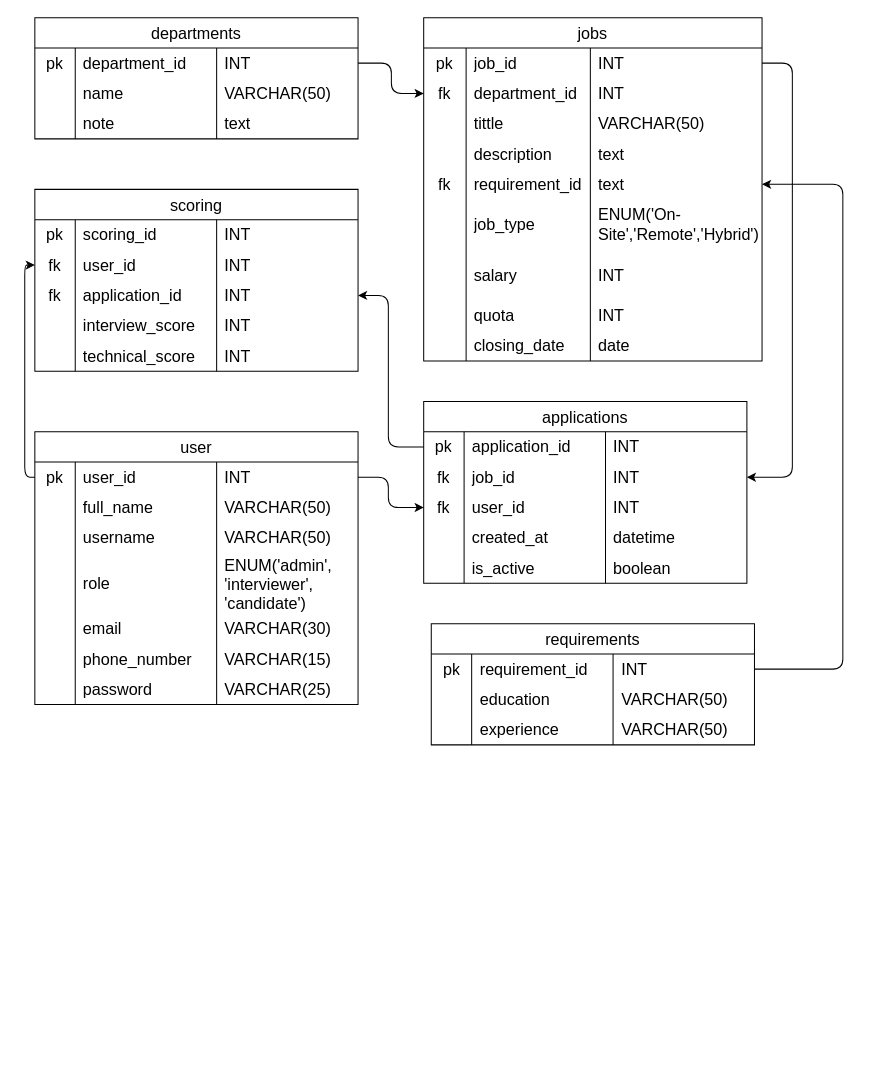
Earlier version of the draw.io diagram ERD.drawio (xcyltra/Group-3_Final-Exam_AP). Source tidied: cells renumbered, new cells numbered last; positions are measured from the earlier drawing's top-left corner, leaving out a move shared by most shapes. Both pictures are drawn from the tidied source at 101%, with x=0, y=0 at pixel (34, 17).
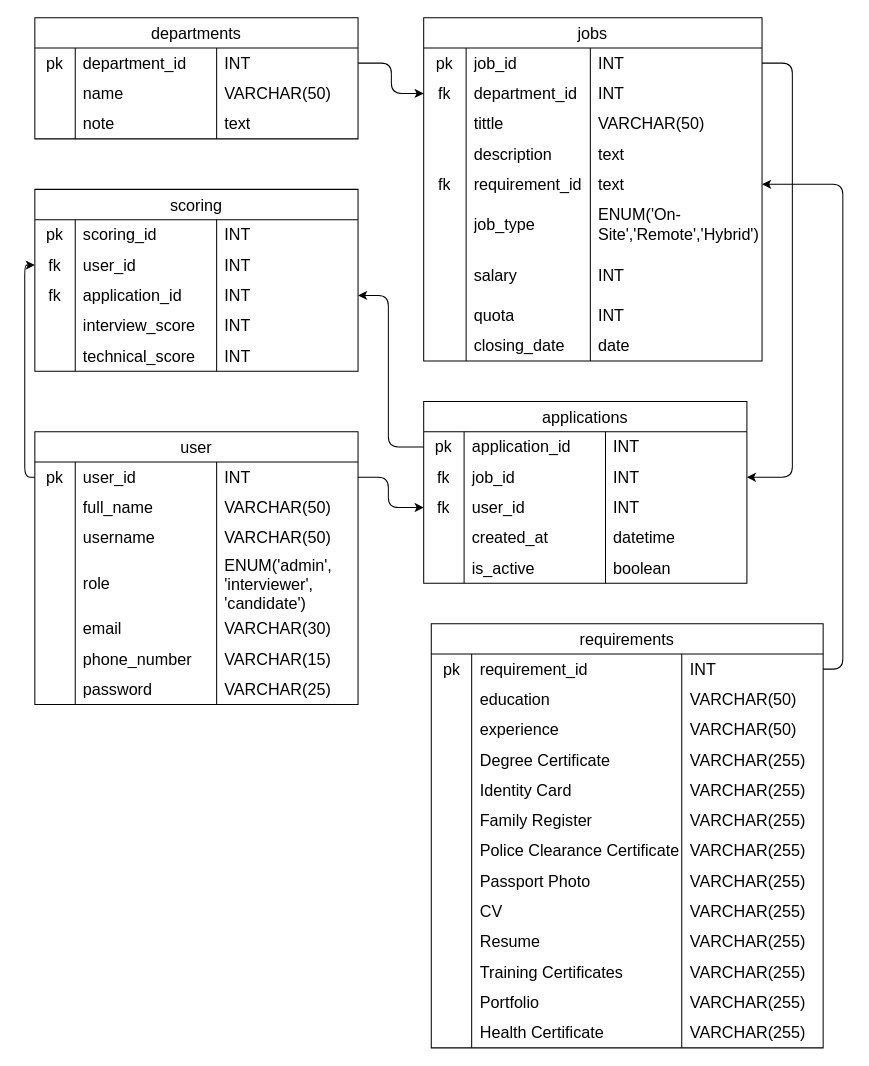
The same diagram, later.

The edit, as a diff of the source:
```diff
@@
     <mxCell id="128" value="requirements" style="shape=table;startSize=30;childLayout=tableLayout;rowLines=0;fontStyle=0;strokeColor=default;fontSize=16;" parent="1" vertex="1">
-      <mxGeometry x="392.5" y="600" width="320" height="120" as="geometry" />
+      <mxGeometry x="392.5" y="600" width="388" height="420" as="geometry" />
     </mxCell>
     <mxCell id="129" style="shape=tableRow;horizontal=0;startSize=0;swimlaneHead=0;swimlaneBody=0;top=0;left=0;bottom=0;right=0;fillColor=none;points=[[0,0.5],[1,0.5]];portConstraint=eastwest;strokeColor=inherit;fontSize=16;" parent="128" vertex="1">
-      <mxGeometry y="30" width="320" height="30" as="geometry" />
+      <mxGeometry y="30" width="388" height="30" as="geometry" />
     </mxCell>
@@
     <mxCell id="131" value="&lt;span style=&quot;color: rgb(0, 0, 0);&quot;&gt;requirement_id&lt;/span&gt;" style="shape=partialRectangle;html=1;whiteSpace=wrap;fillColor=none;top=0;left=0;bottom=0;right=0;align=left;spacingLeft=6;overflow=hidden;strokeColor=inherit;fontSize=16;" parent="129" vertex="1">
-      <mxGeometry x="40" width="140" height="30" as="geometry" />
+      <mxGeometry x="40" width="208" height="30" as="geometry" />
     </mxCell>
     <mxCell id="132" value="INT" style="shape=partialRectangle;html=1;whiteSpace=wrap;fillColor=none;top=0;left=0;bottom=0;right=0;align=left;spacingLeft=6;overflow=hidden;strokeColor=inherit;fontSize=16;" parent="129" vertex="1">
-      <mxGeometry x="180" width="140" height="30" as="geometry" />
+      <mxGeometry x="248" width="140" height="30" as="geometry" />
     </mxCell>
     <mxCell id="133" style="shape=tableRow;horizontal=0;startSize=0;swimlaneHead=0;swimlaneBody=0;top=0;left=0;bottom=0;right=0;fillColor=none;strokeColor=inherit;fontSize=16;" parent="128" vertex="1">
-      <mxGeometry y="60" width="320" height="30" as="geometry" />
+      <mxGeometry y="60" width="388" height="30" as="geometry" />
     </mxCell>
@@
     <mxCell id="135" value="education" style="shape=partialRectangle;html=1;whiteSpace=wrap;fillColor=none;top=0;left=0;bottom=0;right=0;align=left;spacingLeft=6;overflow=hidden;strokeColor=inherit;fontSize=16;" parent="133" vertex="1">
-      <mxGeometry x="40" width="140" height="30" as="geometry" />
+      <mxGeometry x="40" width="208" height="30" as="geometry" />
     </mxCell>
     <mxCell id="136" value="VARCHAR(50)" style="shape=partialRectangle;html=1;whiteSpace=wrap;fillColor=none;top=0;left=0;bottom=0;right=0;align=left;spacingLeft=6;overflow=hidden;strokeColor=inherit;fontSize=16;" parent="133" vertex="1">
-      <mxGeometry x="180" width="140" height="30" as="geometry" />
+      <mxGeometry x="248" width="140" height="30" as="geometry" />
     </mxCell>
     <mxCell id="137" style="shape=tableRow;horizontal=0;startSize=0;swimlaneHead=0;swimlaneBody=0;top=0;left=0;bottom=0;right=0;fillColor=none;strokeColor=inherit;fontSize=16;" parent="128" vertex="1">
-      <mxGeometry y="90" width="320" height="30" as="geometry" />
+      <mxGeometry y="90" width="388" height="30" as="geometry" />
     </mxCell>
@@
     <mxCell id="139" value="experience" style="shape=partialRectangle;html=1;whiteSpace=wrap;fillColor=none;top=0;left=0;bottom=0;right=0;align=left;spacingLeft=6;overflow=hidden;strokeColor=inherit;fontSize=16;" parent="137" vertex="1">
-      <mxGeometry x="40" width="140" height="30" as="geometry" />
+      <mxGeometry x="40" width="208" height="30" as="geometry" />
     </mxCell>
     <mxCell id="140" value="&lt;span style=&quot;color: rgb(0, 0, 0);&quot;&gt;VARCHAR(50)&lt;/span&gt;" style="shape=partialRectangle;html=1;whiteSpace=wrap;fillColor=none;top=0;left=0;bottom=0;right=0;align=left;spacingLeft=6;overflow=hidden;strokeColor=inherit;fontSize=16;" parent="137" vertex="1">
-      <mxGeometry x="180" width="140" height="30" as="geometry" />
+      <mxGeometry x="248" width="140" height="30" as="geometry" />
     </mxCell>
+    <mxCell id="142" style="shape=tableRow;horizontal=0;startSize=0;swimlaneHead=0;swimlaneBody=0;top=0;left=0;bottom=0;right=0;fillColor=none;strokeColor=inherit;fontSize=16;" parent="128" vertex="1">
+      <mxGeometry y="120" width="388" height="30" as="geometry" />
+    </mxCell>
+    <mxCell id="143" style="shape=partialRectangle;html=1;whiteSpace=wrap;fillColor=none;top=0;left=0;bottom=0;right=0;overflow=hidden;strokeColor=inherit;fontSize=16;" parent="142" vertex="1">
+      <mxGeometry width="40" height="30" as="geometry" />
+    </mxCell>
+    <mxCell id="144" value="Degree Certificate" style="shape=partialRectangle;html=1;whiteSpace=wrap;fillColor=none;top=0;left=0;bottom=0;right=0;align=left;spacingLeft=6;overflow=hidden;strokeColor=inherit;fontSize=16;" parent="142" vertex="1">
+      <mxGeometry x="40" width="208" height="30" as="geometry" />
+    </mxCell>
+    <mxCell id="145" value="VARCHAR(255)" style="shape=partialRectangle;html=1;whiteSpace=wrap;fillColor=none;top=0;left=0;bottom=0;right=0;align=left;spacingLeft=6;overflow=hidden;strokeColor=inherit;fontSize=16;" parent="142" vertex="1">
+      <mxGeometry x="248" width="140" height="30" as="geometry" />
+    </mxCell>
+    <mxCell id="146" style="shape=tableRow;horizontal=0;startSize=0;swimlaneHead=0;swimlaneBody=0;top=0;left=0;bottom=0;right=0;fillColor=none;strokeColor=inherit;fontSize=16;" parent="128" vertex="1">
+      <mxGeometry y="150" width="388" height="30" as="geometry" />
+    </mxCell>
+    <mxCell id="147" style="shape=partialRectangle;html=1;whiteSpace=wrap;fillColor=none;top=0;left=0;bottom=0;right=0;overflow=hidden;strokeColor=inherit;fontSize=16;" parent="146" vertex="1">
+      <mxGeometry width="40" height="30" as="geometry" />
+    </mxCell>
+    <mxCell id="148" value="Identity Card" style="shape=partialRectangle;html=1;whiteSpace=wrap;fillColor=none;top=0;left=0;bottom=0;right=0;align=left;spacingLeft=6;overflow=hidden;strokeColor=inherit;fontSize=16;" parent="146" vertex="1">
+      <mxGeometry x="40" width="208" height="30" as="geometry" />
+    </mxCell>
+    <mxCell id="149" value="&lt;span style=&quot;color: rgb(0, 0, 0);&quot;&gt;VARCHAR(255)&lt;/span&gt;" style="shape=partialRectangle;html=1;whiteSpace=wrap;fillColor=none;top=0;left=0;bottom=0;right=0;align=left;spacingLeft=6;overflow=hidden;strokeColor=inherit;fontSize=16;" parent="146" vertex="1">
+      <mxGeometry x="248" width="140" height="30" as="geometry" />
+    </mxCell>
+    <mxCell id="150" style="shape=tableRow;horizontal=0;startSize=0;swimlaneHead=0;swimlaneBody=0;top=0;left=0;bottom=0;right=0;fillColor=none;strokeColor=inherit;fontSize=16;" parent="128" vertex="1">
+      <mxGeometry y="180" width="388" height="30" as="geometry" />
+    </mxCell>
+    <mxCell id="151" style="shape=partialRectangle;html=1;whiteSpace=wrap;fillColor=none;top=0;left=0;bottom=0;right=0;overflow=hidden;strokeColor=inherit;fontSize=16;" parent="150" vertex="1">
+      <mxGeometry width="40" height="30" as="geometry" />
+    </mxCell>
+    <mxCell id="152" value="Family Register" style="shape=partialRectangle;html=1;whiteSpace=wrap;fillColor=none;top=0;left=0;bottom=0;right=0;align=left;spacingLeft=6;overflow=hidden;strokeColor=inherit;fontSize=16;" parent="150" vertex="1">
+      <mxGeometry x="40" width="208" height="30" as="geometry" />
+    </mxCell>
+    <mxCell id="153" value="&lt;span style=&quot;color: rgb(0, 0, 0);&quot;&gt;VARCHAR(255)&lt;/span&gt;" style="shape=partialRectangle;html=1;whiteSpace=wrap;fillColor=none;top=0;left=0;bottom=0;right=0;align=left;spacingLeft=6;overflow=hidden;strokeColor=inherit;fontSize=16;" parent="150" vertex="1">
+      <mxGeometry x="248" width="140" height="30" as="geometry" />
+    </mxCell>
+    <mxCell id="154" style="shape=tableRow;horizontal=0;startSize=0;swimlaneHead=0;swimlaneBody=0;top=0;left=0;bottom=0;right=0;fillColor=none;strokeColor=inherit;fontSize=16;" parent="128" vertex="1">
+      <mxGeometry y="210" width="388" height="30" as="geometry" />
+    </mxCell>
+    <mxCell id="155" style="shape=partialRectangle;html=1;whiteSpace=wrap;fillColor=none;top=0;left=0;bottom=0;right=0;overflow=hidden;strokeColor=inherit;fontSize=16;" parent="154" vertex="1">
+      <mxGeometry width="40" height="30" as="geometry" />
+    </mxCell>
+    <mxCell id="156" value="Police Clearance Certificate" style="shape=partialRectangle;html=1;whiteSpace=wrap;fillColor=none;top=0;left=0;bottom=0;right=0;align=left;spacingLeft=6;overflow=hidden;strokeColor=inherit;fontSize=16;" parent="154" vertex="1">
+      <mxGeometry x="40" width="208" height="30" as="geometry" />
+    </mxCell>
+    <mxCell id="157" value="&lt;span style=&quot;color: rgb(0, 0, 0);&quot;&gt;VARCHAR(255)&lt;/span&gt;" style="shape=partialRectangle;html=1;whiteSpace=wrap;fillColor=none;top=0;left=0;bottom=0;right=0;align=left;spacingLeft=6;overflow=hidden;strokeColor=inherit;fontSize=16;" parent="154" vertex="1">
+      <mxGeometry x="248" width="140" height="30" as="geometry" />
+    </mxCell>
+    <mxCell id="158" style="shape=tableRow;horizontal=0;startSize=0;swimlaneHead=0;swimlaneBody=0;top=0;left=0;bottom=0;right=0;fillColor=none;strokeColor=inherit;fontSize=16;" parent="128" vertex="1">
+      <mxGeometry y="240" width="388" height="30" as="geometry" />
+    </mxCell>
+    <mxCell id="159" style="shape=partialRectangle;html=1;whiteSpace=wrap;fillColor=none;top=0;left=0;bottom=0;right=0;overflow=hidden;strokeColor=inherit;fontSize=16;" parent="158" vertex="1">
+      <mxGeometry width="40" height="30" as="geometry" />
+    </mxCell>
+    <mxCell id="160" value="Passport Photo" style="shape=partialRectangle;html=1;whiteSpace=wrap;fillColor=none;top=0;left=0;bottom=0;right=0;align=left;spacingLeft=6;overflow=hidden;strokeColor=inherit;fontSize=16;" parent="158" vertex="1">
+      <mxGeometry x="40" width="208" height="30" as="geometry" />
+    </mxCell>
+    <mxCell id="161" value="&lt;span style=&quot;color: rgb(0, 0, 0);&quot;&gt;VARCHAR(255)&lt;/span&gt;" style="shape=partialRectangle;html=1;whiteSpace=wrap;fillColor=none;top=0;left=0;bottom=0;right=0;align=left;spacingLeft=6;overflow=hidden;strokeColor=inherit;fontSize=16;" parent="158" vertex="1">
+      <mxGeometry x="248" width="140" height="30" as="geometry" />
+    </mxCell>
+    <mxCell id="162" style="shape=tableRow;horizontal=0;startSize=0;swimlaneHead=0;swimlaneBody=0;top=0;left=0;bottom=0;right=0;fillColor=none;strokeColor=inherit;fontSize=16;" parent="128" vertex="1">
+      <mxGeometry y="270" width="388" height="30" as="geometry" />
+    </mxCell>
+    <mxCell id="163" style="shape=partialRectangle;html=1;whiteSpace=wrap;fillColor=none;top=0;left=0;bottom=0;right=0;overflow=hidden;strokeColor=inherit;fontSize=16;" parent="162" vertex="1">
+      <mxGeometry width="40" height="30" as="geometry" />
+    </mxCell>
+    <mxCell id="164" value="CV" style="shape=partialRectangle;html=1;whiteSpace=wrap;fillColor=none;top=0;left=0;bottom=0;right=0;align=left;spacingLeft=6;overflow=hidden;strokeColor=inherit;fontSize=16;" parent="162" vertex="1">
+      <mxGeometry x="40" width="208" height="30" as="geometry" />
+    </mxCell>
+    <mxCell id="165" value="&lt;span style=&quot;color: rgb(0, 0, 0);&quot;&gt;VARCHAR(255)&lt;/span&gt;" style="shape=partialRectangle;html=1;whiteSpace=wrap;fillColor=none;top=0;left=0;bottom=0;right=0;align=left;spacingLeft=6;overflow=hidden;strokeColor=inherit;fontSize=16;" parent="162" vertex="1">
+      <mxGeometry x="248" width="140" height="30" as="geometry" />
+    </mxCell>
+    <mxCell id="166" style="shape=tableRow;horizontal=0;startSize=0;swimlaneHead=0;swimlaneBody=0;top=0;left=0;bottom=0;right=0;fillColor=none;strokeColor=inherit;fontSize=16;" parent="128" vertex="1">
+      <mxGeometry y="300" width="388" height="30" as="geometry" />
+    </mxCell>
+    <mxCell id="167" style="shape=partialRectangle;html=1;whiteSpace=wrap;fillColor=none;top=0;left=0;bottom=0;right=0;overflow=hidden;strokeColor=inherit;fontSize=16;" parent="166" vertex="1">
+      <mxGeometry width="40" height="30" as="geometry" />
+    </mxCell>
+    <mxCell id="168" value="Resume" style="shape=partialRectangle;html=1;whiteSpace=wrap;fillColor=none;top=0;left=0;bottom=0;right=0;align=left;spacingLeft=6;overflow=hidden;strokeColor=inherit;fontSize=16;" parent="166" vertex="1">
+      <mxGeometry x="40" width="208" height="30" as="geometry" />
+    </mxCell>
+    <mxCell id="169" value="&lt;span style=&quot;color: rgb(0, 0, 0);&quot;&gt;VARCHAR(255)&lt;/span&gt;" style="shape=partialRectangle;html=1;whiteSpace=wrap;fillColor=none;top=0;left=0;bottom=0;right=0;align=left;spacingLeft=6;overflow=hidden;strokeColor=inherit;fontSize=16;" parent="166" vertex="1">
+      <mxGeometry x="248" width="140" height="30" as="geometry" />
+    </mxCell>
+    <mxCell id="170" style="shape=tableRow;horizontal=0;startSize=0;swimlaneHead=0;swimlaneBody=0;top=0;left=0;bottom=0;right=0;fillColor=none;strokeColor=inherit;fontSize=16;" parent="128" vertex="1">
+      <mxGeometry y="330" width="388" height="30" as="geometry" />
+    </mxCell>
+    <mxCell id="171" style="shape=partialRectangle;html=1;whiteSpace=wrap;fillColor=none;top=0;left=0;bottom=0;right=0;overflow=hidden;strokeColor=inherit;fontSize=16;" parent="170" vertex="1">
+      <mxGeometry width="40" height="30" as="geometry" />
+    </mxCell>
+    <mxCell id="172" value="Training Certificates" style="shape=partialRectangle;html=1;whiteSpace=wrap;fillColor=none;top=0;left=0;bottom=0;right=0;align=left;spacingLeft=6;overflow=hidden;strokeColor=inherit;fontSize=16;" parent="170" vertex="1">
+      <mxGeometry x="40" width="208" height="30" as="geometry" />
+    </mxCell>
+    <mxCell id="173" value="&lt;span style=&quot;color: rgb(0, 0, 0);&quot;&gt;VARCHAR(255)&lt;/span&gt;" style="shape=partialRectangle;html=1;whiteSpace=wrap;fillColor=none;top=0;left=0;bottom=0;right=0;align=left;spacingLeft=6;overflow=hidden;strokeColor=inherit;fontSize=16;" parent="170" vertex="1">
+      <mxGeometry x="248" width="140" height="30" as="geometry" />
+    </mxCell>
+    <mxCell id="174" style="shape=tableRow;horizontal=0;startSize=0;swimlaneHead=0;swimlaneBody=0;top=0;left=0;bottom=0;right=0;fillColor=none;strokeColor=inherit;fontSize=16;" parent="128" vertex="1">
+      <mxGeometry y="360" width="388" height="30" as="geometry" />
+    </mxCell>
+    <mxCell id="175" style="shape=partialRectangle;html=1;whiteSpace=wrap;fillColor=none;top=0;left=0;bottom=0;right=0;overflow=hidden;strokeColor=inherit;fontSize=16;" parent="174" vertex="1">
+      <mxGeometry width="40" height="30" as="geometry" />
+    </mxCell>
+    <mxCell id="176" value="Portfolio" style="shape=partialRectangle;html=1;whiteSpace=wrap;fillColor=none;top=0;left=0;bottom=0;right=0;align=left;spacingLeft=6;overflow=hidden;strokeColor=inherit;fontSize=16;" parent="174" vertex="1">
+      <mxGeometry x="40" width="208" height="30" as="geometry" />
+    </mxCell>
+    <mxCell id="177" value="&lt;span style=&quot;color: rgb(0, 0, 0);&quot;&gt;VARCHAR(255)&lt;/span&gt;" style="shape=partialRectangle;html=1;whiteSpace=wrap;fillColor=none;top=0;left=0;bottom=0;right=0;align=left;spacingLeft=6;overflow=hidden;strokeColor=inherit;fontSize=16;" parent="174" vertex="1">
+      <mxGeometry x="248" width="140" height="30" as="geometry" />
+    </mxCell>
+    <mxCell id="178" style="shape=tableRow;horizontal=0;startSize=0;swimlaneHead=0;swimlaneBody=0;top=0;left=0;bottom=0;right=0;fillColor=none;strokeColor=inherit;fontSize=16;" parent="128" vertex="1">
+      <mxGeometry y="390" width="388" height="30" as="geometry" />
+    </mxCell>
+    <mxCell id="179" style="shape=partialRectangle;html=1;whiteSpace=wrap;fillColor=none;top=0;left=0;bottom=0;right=0;overflow=hidden;strokeColor=inherit;fontSize=16;" parent="178" vertex="1">
+      <mxGeometry width="40" height="30" as="geometry" />
+    </mxCell>
+    <mxCell id="180" value="Health Certificate" style="shape=partialRectangle;html=1;whiteSpace=wrap;fillColor=none;top=0;left=0;bottom=0;right=0;align=left;spacingLeft=6;overflow=hidden;strokeColor=inherit;fontSize=16;" parent="178" vertex="1">
+      <mxGeometry x="40" width="208" height="30" as="geometry" />
+    </mxCell>
+    <mxCell id="181" value="&lt;span style=&quot;color: rgb(0, 0, 0);&quot;&gt;VARCHAR(255)&lt;/span&gt;" style="shape=partialRectangle;html=1;whiteSpace=wrap;fillColor=none;top=0;left=0;bottom=0;right=0;align=left;spacingLeft=6;overflow=hidden;strokeColor=inherit;fontSize=16;" parent="178" vertex="1">
+      <mxGeometry x="248" width="140" height="30" as="geometry" />
+    </mxCell>
```
